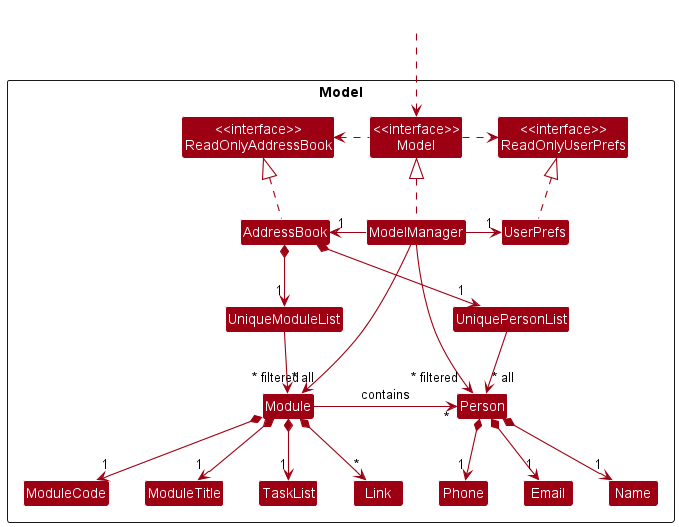
nus-cs2103-AY2223S1/tp keeps this PlantUML diagram as docs/images/ModelClassDiagram.png. Above is the earlier version.
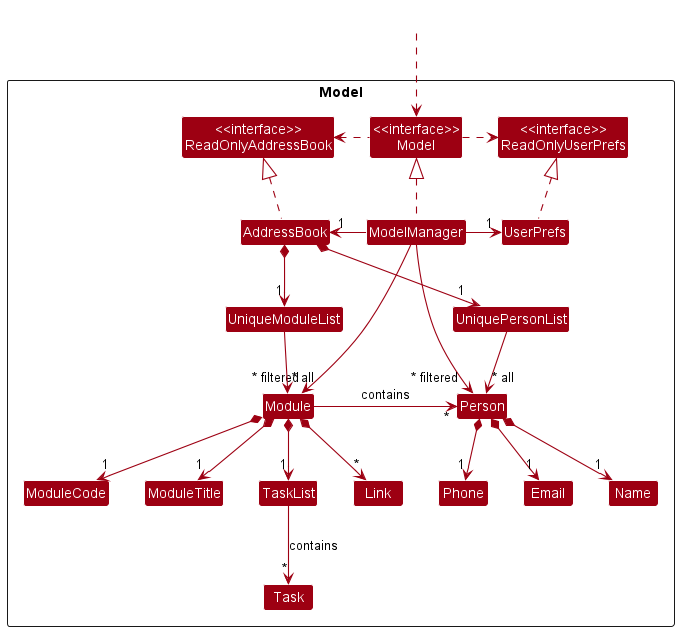
After the commit.

Commit message:
Add Task to diagram

Change to the diagram source:
```diff
@@ -23,6 +23,7 @@
 Class ModuleCode
 Class ModuleTitle
 Class TaskList
+Class Task
 Class Link
 
 }
@@ -56,6 +57,7 @@
 Module *--> "1" ModuleCode
 Module *--> "1" ModuleTitle
 Module *--> "1" TaskList
+TaskList --> "*" Task : contains
 Module *--> "*" Link
 
 UniquePersonList -[hidden]up-> ModelManager
```
